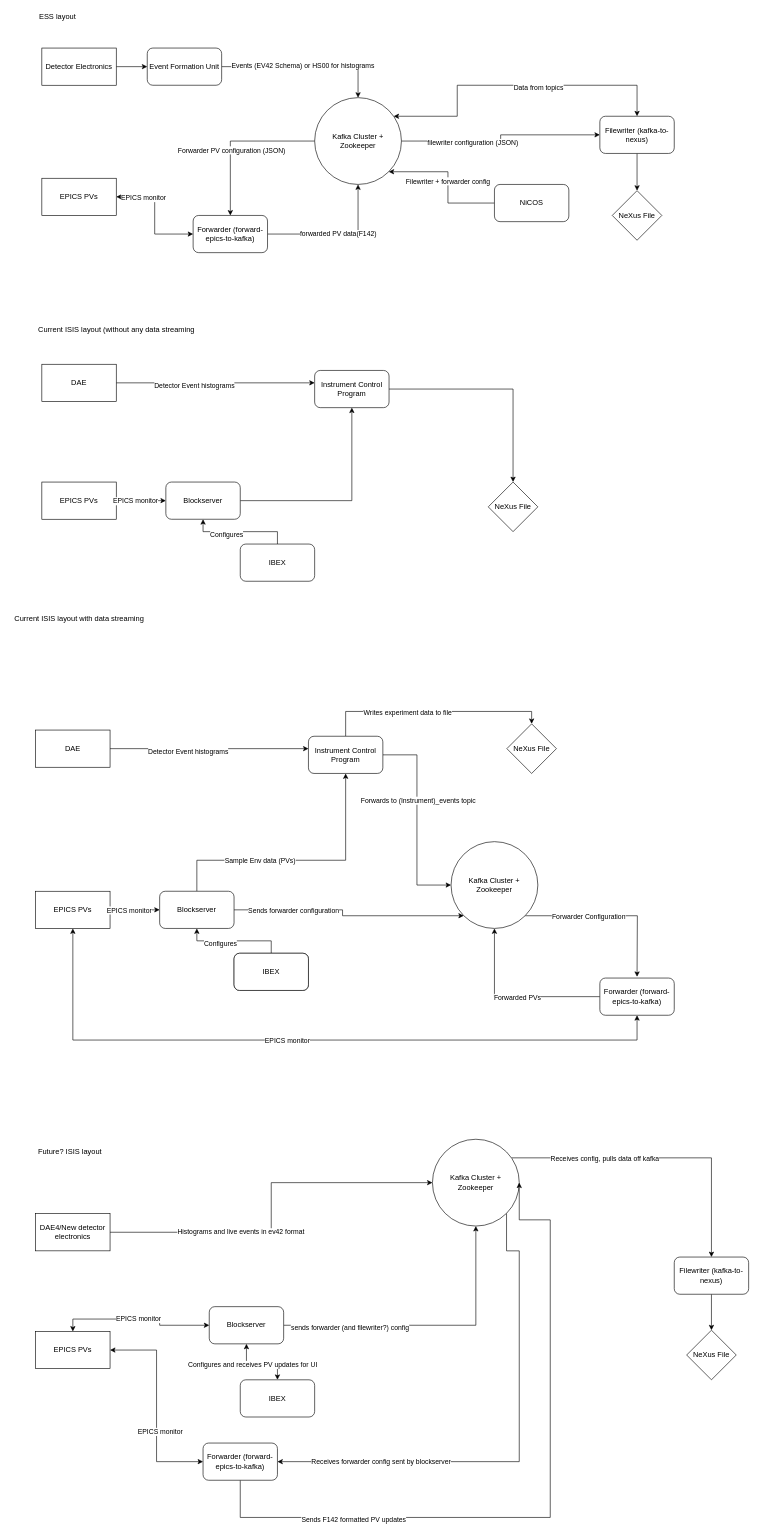
Before: DatastreamingLayout.drawio in rerpha/drawio-diagrams, a draw.io diagram. Source tidied: cells renumbered, new cells numbered last; positions are measured from the earlier drawing's top-left corner, leaving out a move shared by most shapes. Both pictures are drawn from the tidied source at 62%, with x=0, y=0 at pixel (11, 11).
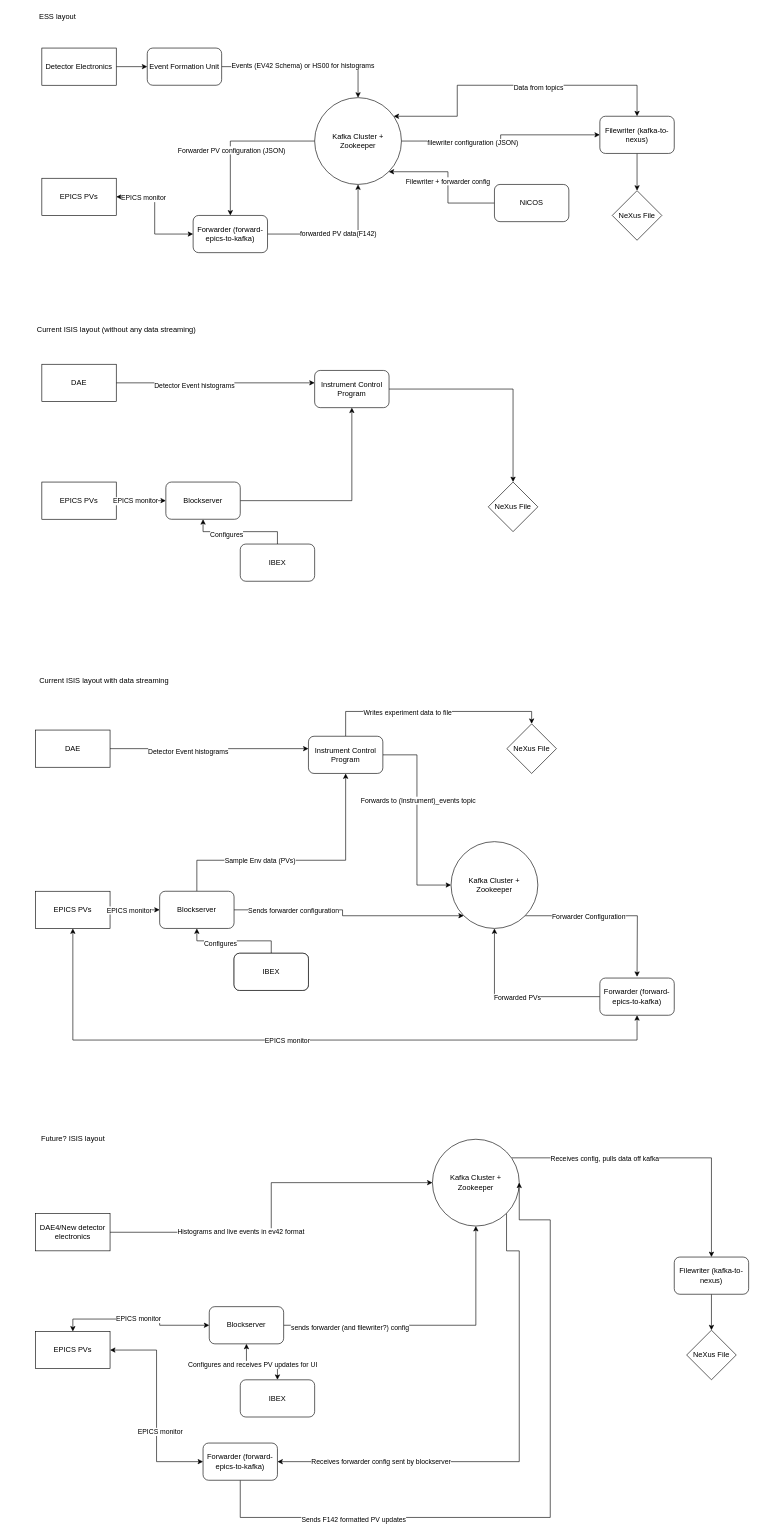
Above is the later version.

What changed in the source:
```diff
@@
-    <mxCell id="3" value="Current ISIS layout (without any data streaming" style="text;html=1;align=center;verticalAlign=middle;" parent="1" vertex="1">
+    <mxCell id="3" value="Current ISIS layout (without any data streaming)" style="text;html=1;align=center;verticalAlign=middle;" parent="1" vertex="1">
       <mxGeometry x="40" y="505" width="260" height="20" as="geometry" />
     </mxCell>
     <mxCell id="4" value="Current ISIS layout with data streaming" style="text;html=1;align=center;verticalAlign=middle;" parent="1" vertex="1">
-      <mxGeometry y="970" width="220" height="20" as="geometry" />
+      <mxGeometry x="40" y="1070" width="220" height="20" as="geometry" />
     </mxCell>
@@
     <mxCell id="70" value="Future? ISIS layout" style="text;html=1;align=center;verticalAlign=middle;" parent="1" vertex="1">
-      <mxGeometry x="40" y="1830" width="110" height="20" as="geometry" />
+      <mxGeometry x="45" y="1810" width="110" height="20" as="geometry" />
     </mxCell>
```
